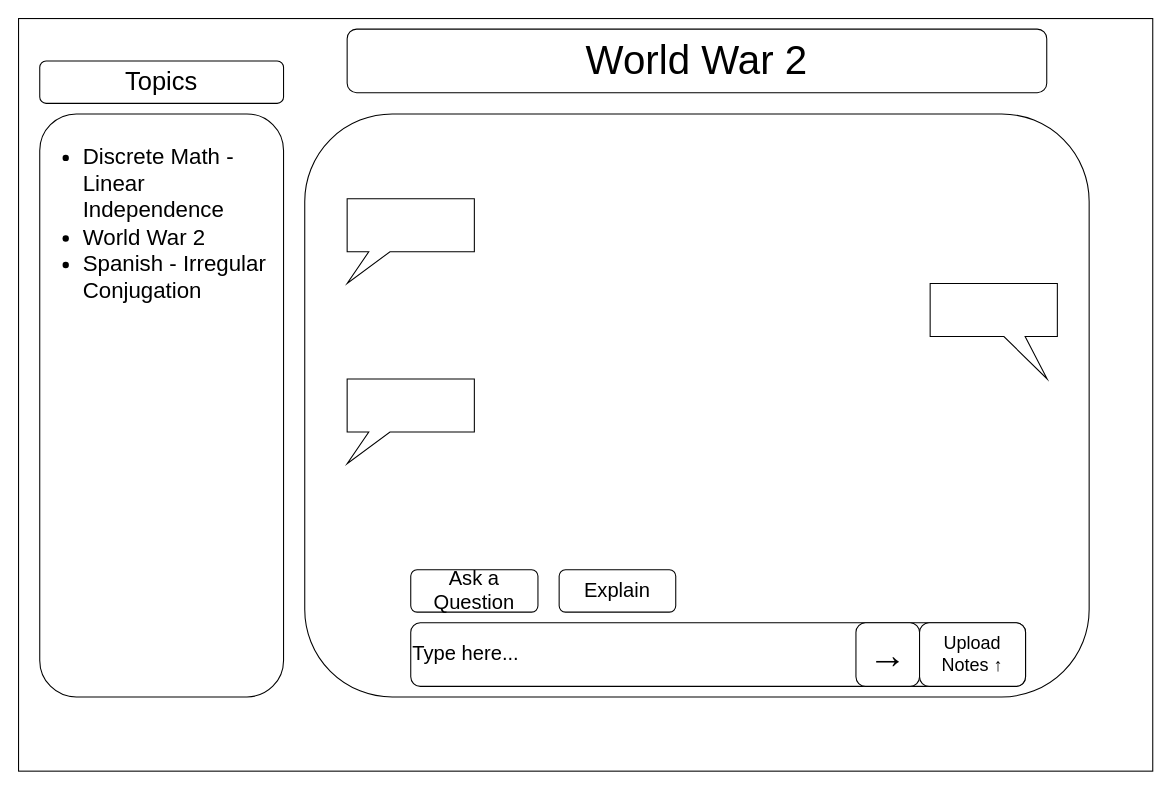
Above: page "Chat - History" (3 of 7) of 460prototype.drawio in mmeiser19/cpsc460 (draw.io), before the change. Source tidied: cells renumbered, new cells numbered last; positions are measured from the earlier drawing's top-left corner, leaving out a move shared by most shapes. Both pictures are drawn from the tidied source at 106%, with x=0, y=0 at pixel (18, 18).
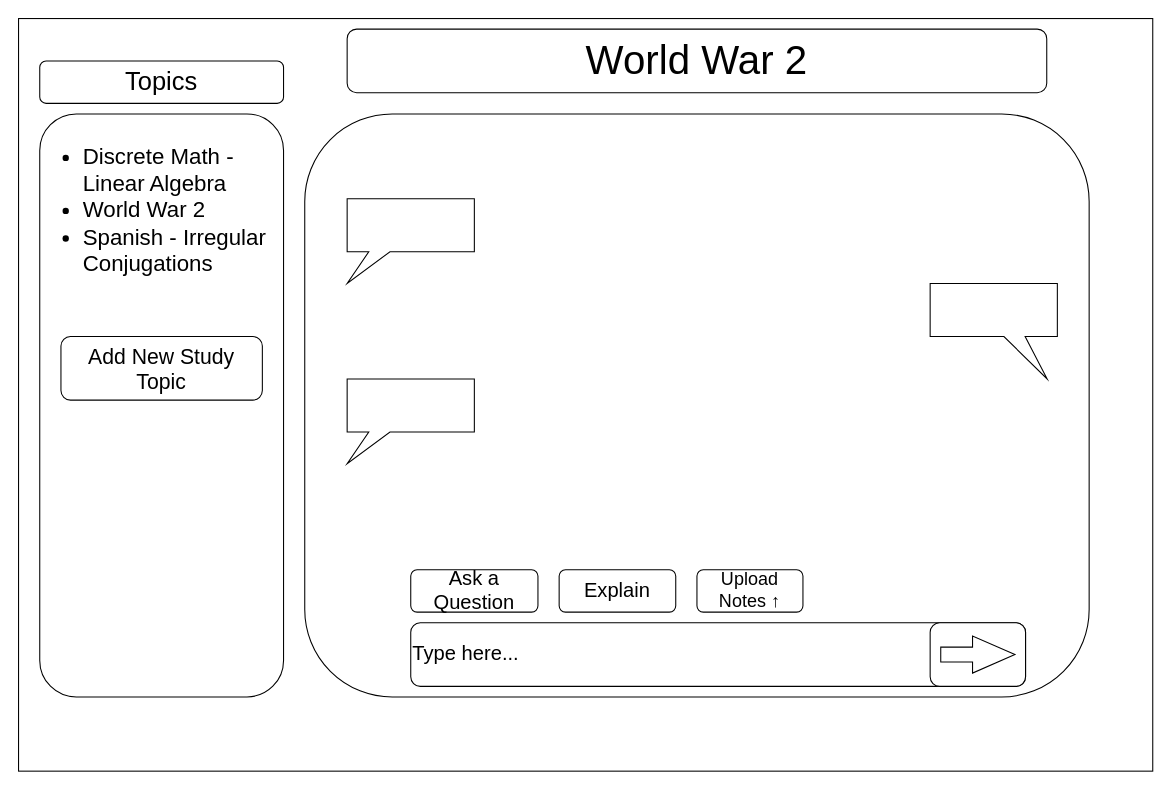
The same diagram, later.

Commit message (it also covers changes not shown here):
Added variations of the homepage when user scrolls through study topics

The edit, as a diff of the source:
```diff
@@
 <mxGraphModel>
   <root>
     <mxCell id="0" />
     <mxCell id="1" parent="0" />
     <mxCell id="2" style="rounded=0;whiteSpace=wrap;html=1;" parent="1" vertex="1">
       <mxGeometry width="1070" height="710" as="geometry" />
     </mxCell>
     <mxCell id="3" value="&lt;span style=&quot;font-size: 38px;&quot;&gt;World War 2&lt;br&gt;&lt;/span&gt;" style="rounded=1;whiteSpace=wrap;html=1;" parent="1" vertex="1">
       <mxGeometry x="310" y="10" width="660" height="60" as="geometry" />
     </mxCell>
     <mxCell id="4" value="&lt;span style=&quot;font-size: 24px;&quot;&gt;Topics&lt;/span&gt;" style="rounded=1;whiteSpace=wrap;html=1;" parent="1" vertex="1">
       <mxGeometry x="20" y="40" width="230" height="40" as="geometry" />
     </mxCell>
     <mxCell id="5" style="rounded=1;whiteSpace=wrap;html=1;" parent="1" vertex="1">
       <mxGeometry x="270" y="90" width="740" height="550" as="geometry" />
     </mxCell>
     <mxCell id="6" value="&lt;font style=&quot;font-size: 19px;&quot;&gt;Type here...&lt;/font&gt;" style="rounded=1;whiteSpace=wrap;html=1;align=left;" parent="1" vertex="1">
       <mxGeometry x="370" y="570" width="580" height="60" as="geometry" />
     </mxCell>
-    <mxCell id="7" value="&lt;ul style=&quot;font-size: 21px;&quot;&gt;&lt;li style=&quot;text-align: left;&quot;&gt;&lt;span style=&quot;background-color: initial;&quot;&gt;Discrete Math - Linear Independence&lt;/span&gt;&lt;/li&gt;&lt;li style=&quot;text-align: left;&quot;&gt;&lt;span style=&quot;background-color: initial;&quot;&gt;World War 2&lt;/span&gt;&lt;/li&gt;&lt;li style=&quot;text-align: left;&quot;&gt;&lt;span style=&quot;background-color: initial;&quot;&gt;Spanish - Irregular Conjugation&lt;/span&gt;&lt;/li&gt;&lt;/ul&gt;" style="rounded=1;whiteSpace=wrap;html=1;verticalAlign=top;" parent="1" vertex="1">
+    <mxCell id="7" value="&lt;ul style=&quot;font-size: 21px;&quot;&gt;&lt;li style=&quot;text-align: left;&quot;&gt;&lt;span style=&quot;background-color: initial;&quot;&gt;Discrete Math - Linear Algebra&lt;br&gt;&lt;/span&gt;&lt;/li&gt;&lt;li style=&quot;text-align: left;&quot;&gt;&lt;span style=&quot;background-color: initial;&quot;&gt;World War 2&lt;/span&gt;&lt;/li&gt;&lt;li style=&quot;text-align: left;&quot;&gt;&lt;span style=&quot;background-color: initial;&quot;&gt;Spanish - Irregular Conjugations&lt;/span&gt;&lt;/li&gt;&lt;/ul&gt;" style="rounded=1;whiteSpace=wrap;html=1;verticalAlign=top;" parent="1" vertex="1">
       <mxGeometry x="20" y="90" width="230" height="550" as="geometry" />
     </mxCell>
     <mxCell id="8" value="&lt;font style=&quot;font-size: 19px;&quot;&gt;Ask a Question&lt;/font&gt;" style="rounded=1;whiteSpace=wrap;html=1;" parent="1" vertex="1">
       <mxGeometry x="370" y="520" width="120" height="40" as="geometry" />
     </mxCell>
     <mxCell id="9" value="&lt;font style=&quot;font-size: 19px;&quot;&gt;Explain&lt;/font&gt;" style="rounded=1;whiteSpace=wrap;html=1;" parent="1" vertex="1">
       <mxGeometry x="510" y="520" width="110" height="40" as="geometry" />
     </mxCell>
-    <mxCell id="10" value="&lt;font style=&quot;font-size: 36px;&quot;&gt;→&lt;/font&gt;" style="rounded=1;whiteSpace=wrap;html=1;" parent="1" vertex="1">
-      <mxGeometry x="790" y="570" width="60" height="60" as="geometry" />
-    </mxCell>
     <mxCell id="11" value="&lt;font style=&quot;font-size: 17px;&quot;&gt;Upload Notes ↑&lt;br&gt;&lt;/font&gt;" style="rounded=1;whiteSpace=wrap;html=1;" parent="1" vertex="1">
-      <mxGeometry x="850" y="570" width="100" height="60" as="geometry" />
+      <mxGeometry x="640" y="520" width="100" height="40" as="geometry" />
     </mxCell>
     <mxCell id="12" style="shape=callout;whiteSpace=wrap;html=1;perimeter=calloutPerimeter;size=30;position=0.17;position2=0;" parent="1" vertex="1">
       <mxGeometry x="310" y="340" width="120" height="80" as="geometry" />
     </mxCell>
     <mxCell id="13" style="shape=callout;whiteSpace=wrap;html=1;perimeter=calloutPerimeter;size=30;position=0.17;position2=0;" parent="1" vertex="1">
       <mxGeometry x="310" y="170" width="120" height="80" as="geometry" />
     </mxCell>
     <mxCell id="14" style="shape=callout;whiteSpace=wrap;html=1;perimeter=calloutPerimeter;size=40;position=0.58;position2=0.92;base=20;" parent="1" vertex="1">
       <mxGeometry x="860" y="250" width="120" height="90" as="geometry" />
     </mxCell>
+    <mxCell id="15" value="&lt;font style=&quot;font-size: 20px;&quot;&gt;Add New Study Topic&lt;/font&gt;" style="rounded=1;whiteSpace=wrap;html=1;" parent="1" vertex="1">
+      <mxGeometry x="40" y="300" width="190" height="60" as="geometry" />
+    </mxCell>
+    <mxCell id="16" style="rounded=1;whiteSpace=wrap;html=1;" parent="1" vertex="1">
+      <mxGeometry x="860" y="570" width="90" height="60" as="geometry" />
+    </mxCell>
+    <mxCell id="17" style="html=1;shadow=0;dashed=0;align=center;verticalAlign=middle;shape=mxgraph.arrows2.arrow;dy=0.6;dx=40;notch=0;" parent="1" vertex="1">
+      <mxGeometry x="870" y="582.5" width="70" height="35" as="geometry" />
+    </mxCell>
   </root>
 </mxGraphModel>
```
